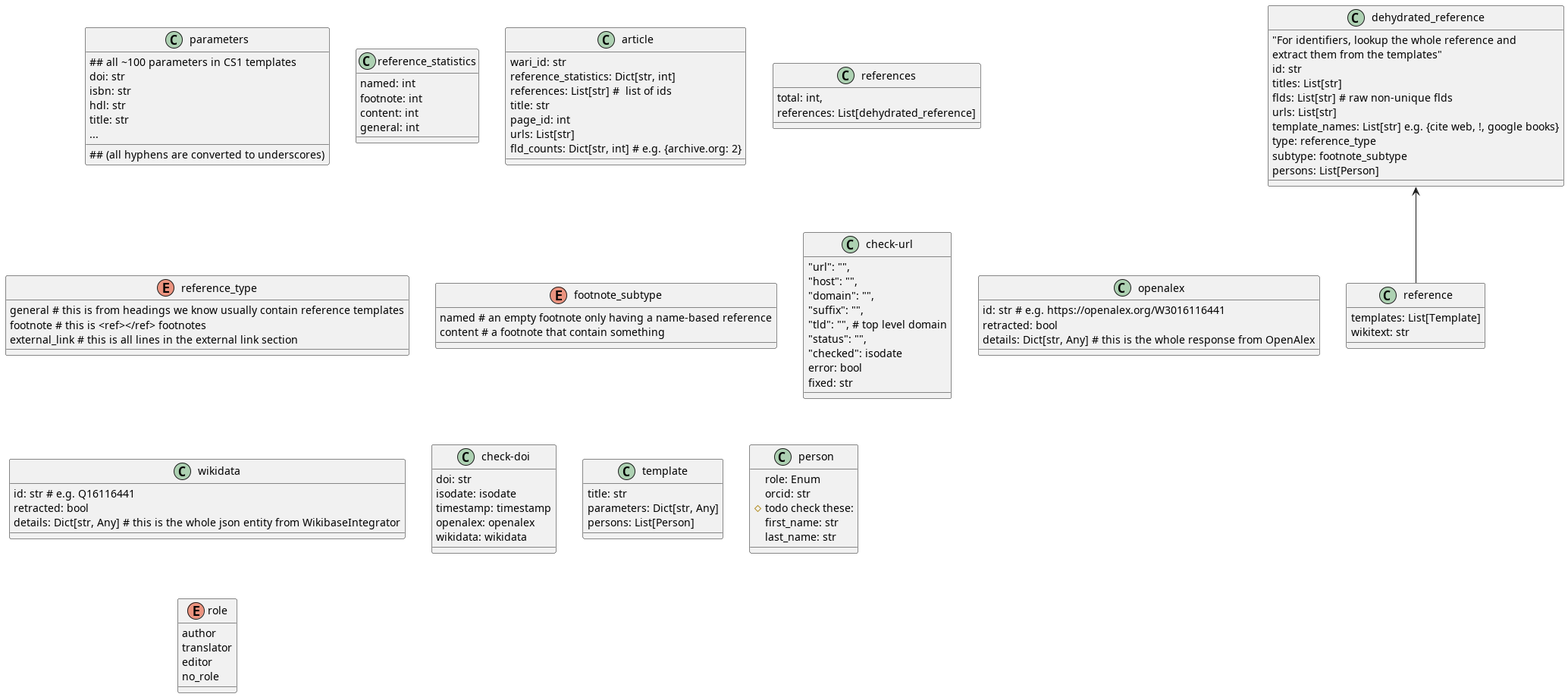
Before: diagrams/wari/classes.png, a diagram exported from PlantUML (internetarchive/iari).
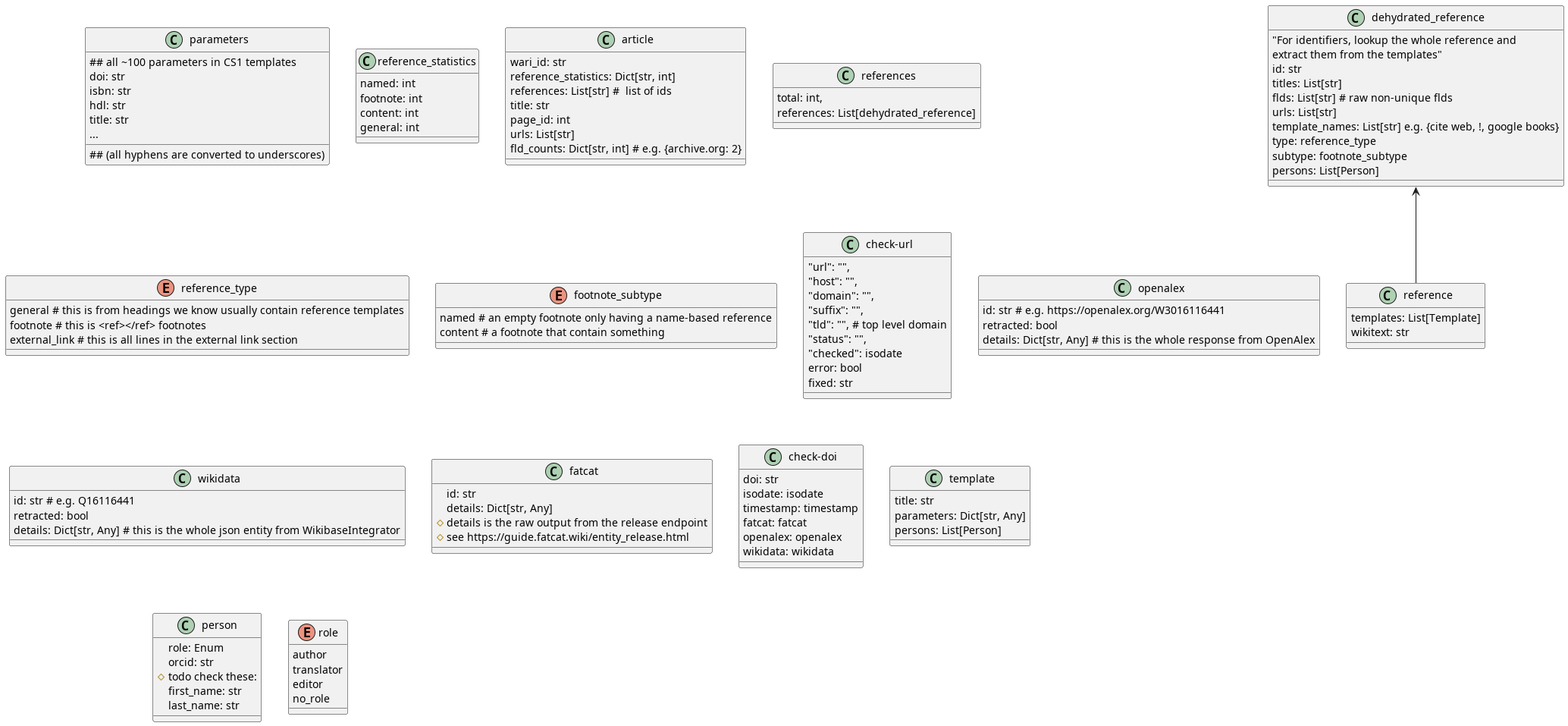
After the change.

Change to the diagram source:
```diff
@@ -75,10 +75,17 @@
 retracted: bool
 details: Dict[str, Any] # this is the whole json entity from WikibaseIntegrator
 }
+class fatcat{
+id: str
+details: Dict[str, Any]
+# details is the raw output from the release endpoint
+# see https://guide.fatcat.wiki/entity_release.html
+}
 class check-doi{
 doi: str
 isodate: isodate
 timestamp: timestamp
+fatcat: fatcat
 openalex: openalex
 wikidata: wikidata
 }
```
